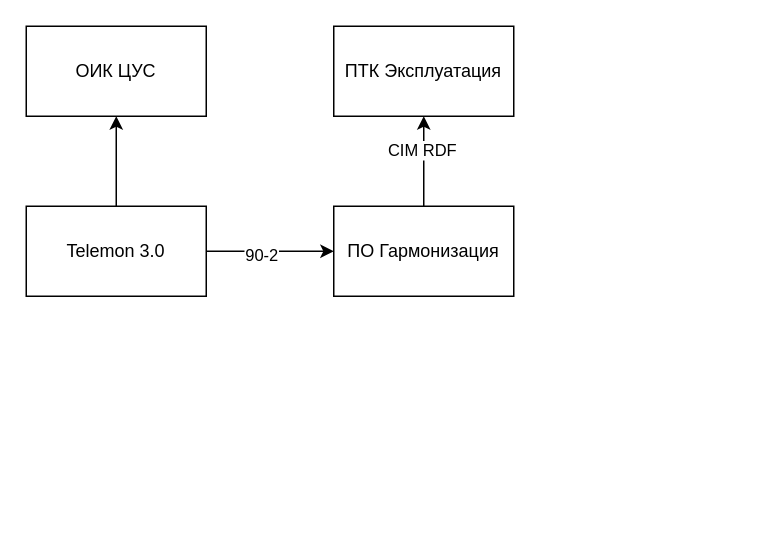
Randyrofed/DrawIO keeps this draw.io diagram as telemon.drawio. Above is the earlier version. Source tidied: cells renumbered, new cells numbered last; positions are measured from the earlier drawing's top-left corner, leaving out a move shared by most shapes. Both pictures are drawn from the tidied source at 150%, with x=0, y=0 at pixel (26, 26).
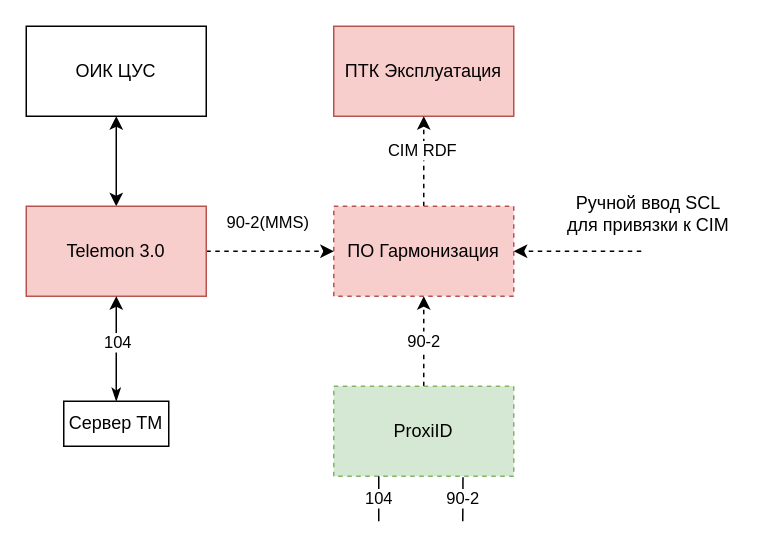
The same page after the edit.

Unchanged cells that the change refers to:
```xml
<mxCell id="10" value="ОИК ЦУС" style="rounded=0;whiteSpace=wrap;html=1;" parent="1" vertex="1">
  <mxGeometry width="120" height="60" as="geometry" />
</mxCell>
```

Diff of the diagram source:
```diff
@@
-    <mxCell id="2" value="ПТК Эксплуатация" style="rounded=0;whiteSpace=wrap;html=1;" parent="1" vertex="1">
+    <mxCell id="2" value="ПТК Эксплуатация" style="rounded=0;whiteSpace=wrap;html=1;fillColor=#f8cecc;strokeColor=#b85450;" parent="1" vertex="1">
       <mxGeometry x="205" width="120" height="60" as="geometry" />
     </mxCell>
-    <mxCell id="3" style="edgeStyle=orthogonalEdgeStyle;rounded=0;jettySize=auto;html=1;" parent="1" edge="1" source="5" target="2">
+    <mxCell id="3" style="edgeStyle=orthogonalEdgeStyle;rounded=0;jettySize=auto;html=1;dashed=1;" parent="1" edge="1" source="5" target="2">
       <mxGeometry relative="1" as="geometry" />
     </mxCell>
@@
-    <mxCell id="5" value="ПО Гармонизация" style="rounded=0;whiteSpace=wrap;html=1;" parent="1" vertex="1">
+    <mxCell id="5" value="ПО Гармонизация" style="rounded=0;whiteSpace=wrap;html=1;fillColor=#f8cecc;strokeColor=#b85450;dashed=1;" parent="1" vertex="1">
       <mxGeometry x="205" y="120" width="120" height="60" as="geometry" />
     </mxCell>
-    <mxCell id="6" style="edgeStyle=orthogonalEdgeStyle;rounded=0;jettySize=auto;html=1;" parent="1" edge="1" source="9" target="10">
+    <mxCell id="6" style="edgeStyle=orthogonalEdgeStyle;rounded=0;jettySize=auto;html=1;startArrow=classic;startFill=1;" parent="1" edge="1" source="9" target="10">
       <mxGeometry relative="1" as="geometry" />
     </mxCell>
-    <mxCell id="7" style="edgeStyle=orthogonalEdgeStyle;rounded=0;jettySize=auto;html=1;" parent="1" edge="1" source="9" target="5">
+    <mxCell id="7" style="edgeStyle=orthogonalEdgeStyle;rounded=0;jettySize=auto;html=1;dashed=1;" parent="1" edge="1" source="9" target="5">
       <mxGeometry relative="1" as="geometry" />
     </mxCell>
-    <mxCell id="8" value="90-2" style="edgeLabel;html=1;align=center;verticalAlign=middle;" parent="7" vertex="1">
-      <mxGeometry x="-0.15" y="-2" relative="1" as="geometry" />
+    <mxCell id="8" value="90-2(MMS)" style="edgeLabel;html=1;align=center;verticalAlign=middle;" parent="7" vertex="1">
+      <mxGeometry x="-0.15" y="-2" relative="1" as="geometry">
+        <mxPoint x="4" y="-22" as="offset" />
+      </mxGeometry>
     </mxCell>
-    <mxCell id="9" value="Telemon 3.0" style="rounded=0;whiteSpace=wrap;html=1;" parent="1" vertex="1">
+    <mxCell id="9" value="Telemon 3.0" style="rounded=0;whiteSpace=wrap;html=1;fillColor=#f8cecc;strokeColor=#b85450;" parent="1" vertex="1">
       <mxGeometry y="120" width="120" height="60" as="geometry" />
     </mxCell>
@@
+    <mxCell id="11" value="90-2" style="edgeStyle=orthogonalEdgeStyle;rounded=0;jettySize=auto;html=1;dashed=1;" parent="1" edge="1" source="12" target="5">
+      <mxGeometry relative="1" as="geometry" />
+    </mxCell>
+    <mxCell id="12" value="ProxiID" style="rounded=0;whiteSpace=wrap;html=1;fillColor=#d5e8d4;strokeColor=#82b366;dashed=1;" parent="1" vertex="1">
+      <mxGeometry x="205" y="240" width="120" height="60" as="geometry" />
+    </mxCell>
+    <mxCell id="13" value="104" style="endArrow=none;html=1;rounded=0;entryX=0.25;entryY=1;entryDx=0;entryDy=0;" parent="1" edge="1" target="12">
+      <mxGeometry relative="1" as="geometry">
+        <mxPoint x="235" y="330" as="sourcePoint" />
+      </mxGeometry>
+    </mxCell>
+    <mxCell id="14" value="90-2" style="endArrow=none;html=1;rounded=0;entryX=0.718;entryY=1.012;entryDx=0;entryDy=0;entryPerimeter=0;" parent="1" edge="1" target="12">
+      <mxGeometry relative="1" as="geometry">
+        <mxPoint x="291" y="330" as="sourcePoint" />
+      </mxGeometry>
+    </mxCell>
+    <mxCell id="15" style="edgeStyle=orthogonalEdgeStyle;rounded=0;jettySize=auto;html=1;entryX=0.5;entryY=1;entryDx=0;entryDy=0;startArrow=classicThin;startFill=1;" parent="1" edge="1" source="17" target="9">
+      <mxGeometry relative="1" as="geometry" />
+    </mxCell>
+    <mxCell id="16" value="104" style="edgeLabel;html=1;align=center;verticalAlign=middle;" parent="15" vertex="1">
+      <mxGeometry x="-0.23" relative="1" as="geometry">
+        <mxPoint y="-13" as="offset" />
+      </mxGeometry>
+    </mxCell>
+    <mxCell id="17" value="Сервер ТМ" style="rounded=0;whiteSpace=wrap;html=1;" parent="1" vertex="1">
+      <mxGeometry x="25" y="250" width="70" height="30" as="geometry" />
+    </mxCell>
+    <mxCell id="18" style="endArrow=classic;html=1;rounded=0;entryX=1;entryY=0.5;entryDx=0;entryDy=0;dashed=1;" parent="1" edge="1" target="5">
+      <mxGeometry relative="1" as="geometry">
+        <mxPoint x="410" y="150" as="sourcePoint" />
+      </mxGeometry>
+    </mxCell>
+    <mxCell id="19" value="Ручной ввод SCL для привязки к CIM" style="text;html=1;strokeColor=none;fillColor=none;align=center;verticalAlign=middle;whiteSpace=wrap;rounded=0;" parent="1" vertex="1">
+      <mxGeometry x="360" y="110" width="110" height="30" as="geometry" />
+    </mxCell>
```
